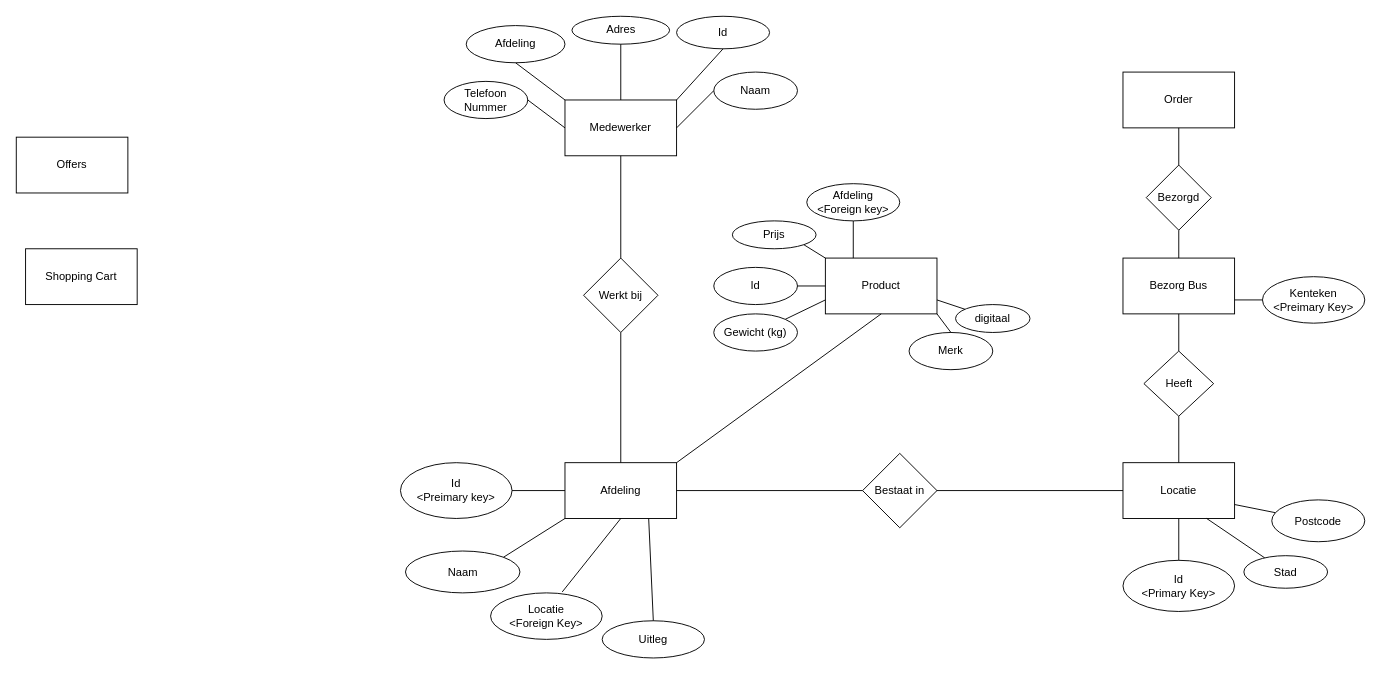
wardalbam/Iprwc-webshop-frontend keeps this draw.io diagram as src/Iprodamo_werkstuk.drawio. Above is the earlier version. Source tidied: cells renumbered, new cells numbered last; positions are measured from the earlier drawing's top-left corner, leaving out a move shared by most shapes. Both pictures are drawn from the tidied source at 93%, with x=0, y=0 at pixel (16, 16).
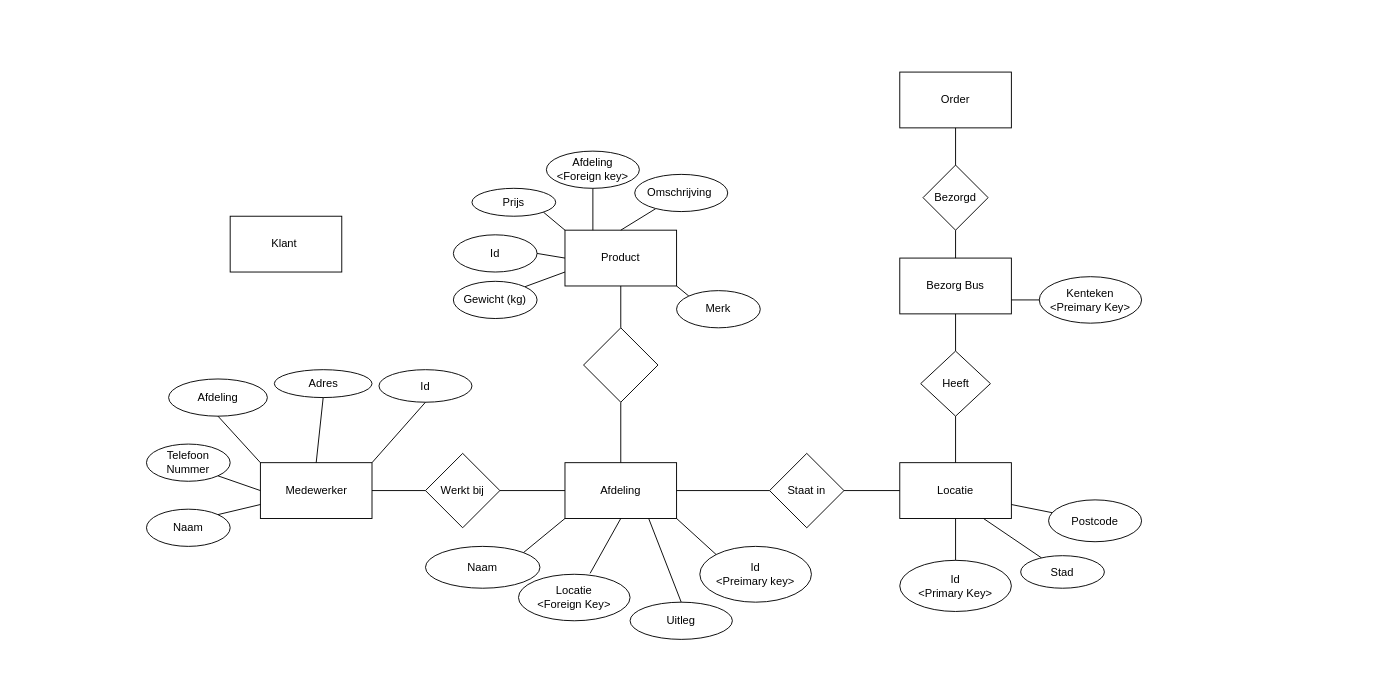
The same diagram, later.

The change refers to these unchanged cells:
```xml
<mxCell id="8" value="Afdeling" style="rounded=0;whiteSpace=wrap;html=1;" parent="1" vertex="1">
  <mxGeometry x="590" y="480" width="120" height="60" as="geometry" />
</mxCell>
```

The edit, as a diff of the source:
```diff
@@
     <mxCell id="2" value="Product" style="rounded=0;whiteSpace=wrap;html=1;" parent="1" vertex="1">
-      <mxGeometry x="870" y="260" width="120" height="60" as="geometry" />
+      <mxGeometry x="590" y="230" width="120" height="60" as="geometry" />
     </mxCell>
     <mxCell id="3" value="Bezorg Bus" style="rounded=0;whiteSpace=wrap;html=1;" parent="1" vertex="1">
-      <mxGeometry x="1190" y="260" width="120" height="60" as="geometry" />
+      <mxGeometry x="950" y="260" width="120" height="60" as="geometry" />
     </mxCell>
-    <mxCell id="4" value="Offers" style="rounded=0;whiteSpace=wrap;html=1;" parent="1" vertex="1">
-      <mxGeometry y="130" width="120" height="60" as="geometry" />
+    <mxCell id="4" value="Klant&amp;nbsp;" style="rounded=0;whiteSpace=wrap;html=1;" parent="1" vertex="1">
+      <mxGeometry x="230" y="215" width="120" height="60" as="geometry" />
     </mxCell>
     <mxCell id="5" value="Order" style="rounded=0;whiteSpace=wrap;html=1;" parent="1" vertex="1">
-      <mxGeometry x="1190" y="60" width="120" height="60" as="geometry" />
+      <mxGeometry x="950" y="60" width="120" height="60" as="geometry" />
     </mxCell>
     <mxCell id="6" value="Medewerker" style="rounded=0;whiteSpace=wrap;html=1;" parent="1" vertex="1">
-      <mxGeometry x="590" y="90" width="120" height="60" as="geometry" />
+      <mxGeometry x="262.5" y="480" width="120" height="60" as="geometry" />
     </mxCell>
     <mxCell id="7" value="Locatie" style="rounded=0;whiteSpace=wrap;html=1;" parent="1" vertex="1">
-      <mxGeometry x="1190" y="480" width="120" height="60" as="geometry" />
+      <mxGeometry x="950" y="480" width="120" height="60" as="geometry" />
     </mxCell>
@@
-    <mxCell id="9" value="Shopping Cart" style="rounded=0;whiteSpace=wrap;html=1;" parent="1" vertex="1">
-      <mxGeometry x="10" y="250" width="120" height="60" as="geometry" />
-    </mxCell>
     <mxCell id="10" value="Naam" style="ellipse;whiteSpace=wrap;html=1;rounded=0;" parent="1" vertex="1">
-      <mxGeometry x="750" y="60" width="90" height="40" as="geometry" />
+      <mxGeometry x="140" y="530" width="90" height="40" as="geometry" />
     </mxCell>
     <mxCell id="11" value="Adres" style="ellipse;whiteSpace=wrap;html=1;rounded=0;" parent="1" vertex="1">
-      <mxGeometry x="597.5" width="105" height="30" as="geometry" />
+      <mxGeometry x="277.5" y="380" width="105" height="30" as="geometry" />
     </mxCell>
     <mxCell id="12" value="Telefoon Nummer" style="ellipse;whiteSpace=wrap;html=1;rounded=0;" parent="1" vertex="1">
-      <mxGeometry x="460" y="70" width="90" height="40" as="geometry" />
+      <mxGeometry x="140" y="460" width="90" height="40" as="geometry" />
     </mxCell>
     <mxCell id="13" value="Werkt bij" style="rhombus;whiteSpace=wrap;html=1;rounded=0;" parent="1" vertex="1">
-      <mxGeometry x="610" y="260" width="80" height="80" as="geometry" />
+      <mxGeometry x="440" y="470" width="80" height="80" as="geometry" />
     </mxCell>
     <mxCell id="14" value="Id" style="ellipse;whiteSpace=wrap;html=1;" parent="1" vertex="1">
-      <mxGeometry x="710" width="100" height="35" as="geometry" />
+      <mxGeometry x="390" y="380" width="100" height="35" as="geometry" />
     </mxCell>
     <mxCell id="15" value="Uitleg" style="ellipse;whiteSpace=wrap;html=1;rounded=0;" parent="1" vertex="1">
-      <mxGeometry x="630" y="650" width="110" height="40" as="geometry" />
+      <mxGeometry x="660" y="630" width="110" height="40" as="geometry" />
     </mxCell>
     <mxCell id="16" value="Naam" style="ellipse;whiteSpace=wrap;html=1;rounded=0;" parent="1" vertex="1">
-      <mxGeometry x="418.5" y="575" width="123.1" height="45" as="geometry" />
+      <mxGeometry x="440" y="570" width="123.1" height="45" as="geometry" />
     </mxCell>
     <mxCell id="17" value="Id&lt;br&gt;&amp;lt;Preimary key&amp;gt;" style="ellipse;whiteSpace=wrap;html=1;rounded=0;" parent="1" vertex="1">
-      <mxGeometry x="413.1" y="480" width="120" height="60" as="geometry" />
+      <mxGeometry x="735" y="570" width="120" height="60" as="geometry" />
     </mxCell>
     <mxCell id="18" value="Locatie&lt;br&gt;&amp;lt;Foreign Key&amp;gt;" style="ellipse;whiteSpace=wrap;html=1;" parent="1" vertex="1">
-      <mxGeometry x="510" y="620" width="120" height="50" as="geometry" />
+      <mxGeometry x="540" y="600" width="120" height="50" as="geometry" />
     </mxCell>
-    <mxCell id="19" style="endArrow=none;html=1;rounded=0;entryX=0.5;entryY=1;entryDx=0;entryDy=0;exitX=0.5;exitY=0;exitDx=0;exitDy=0;" parent="1" edge="1" source="13" target="6">
+    <mxCell id="19" style="endArrow=none;html=1;rounded=0;entryX=1;entryY=0.5;entryDx=0;entryDy=0;exitX=0;exitY=0.5;exitDx=0;exitDy=0;" parent="1" edge="1" source="13" target="6">
       <mxGeometry relative="1" as="geometry" />
     </mxCell>
     <mxCell id="20" value="Afdeling" style="ellipse;whiteSpace=wrap;html=1;" parent="1" vertex="1">
-      <mxGeometry x="483.8" y="10" width="106.2" height="40" as="geometry" />
+      <mxGeometry x="163.8" y="390" width="106.2" height="40" as="geometry" />
     </mxCell>
@@
-    <mxCell id="22" style="endArrow=none;html=1;rounded=0;entryX=1;entryY=0.5;entryDx=0;entryDy=0;exitX=0;exitY=0.5;exitDx=0;exitDy=0;" parent="1" edge="1" source="6" target="12">
+    <mxCell id="22" style="endArrow=none;html=1;rounded=0;entryX=1;entryY=1;entryDx=0;entryDy=0;exitX=0;exitY=0.5;exitDx=0;exitDy=0;" parent="1" edge="1" source="6" target="12">
       <mxGeometry relative="1" as="geometry" />
     </mxCell>
-    <mxCell id="23" style="endArrow=none;html=1;rounded=0;entryX=1;entryY=0.5;entryDx=0;entryDy=0;exitX=0;exitY=0.5;exitDx=0;exitDy=0;" parent="1" edge="1" source="10" target="6">
+    <mxCell id="23" style="endArrow=none;html=1;rounded=0;entryX=0;entryY=0.75;entryDx=0;entryDy=0;exitX=1;exitY=0;exitDx=0;exitDy=0;" parent="1" edge="1" source="10" target="6">
       <mxGeometry relative="1" as="geometry" />
     </mxCell>
@@
-    <mxCell id="26" style="endArrow=none;html=1;rounded=0;entryX=0.5;entryY=1;entryDx=0;entryDy=0;exitX=0.5;exitY=0;exitDx=0;exitDy=0;" parent="1" edge="1" source="8" target="13">
+    <mxCell id="26" style="endArrow=none;html=1;rounded=0;entryX=1;entryY=0.5;entryDx=0;entryDy=0;exitX=0;exitY=0.5;exitDx=0;exitDy=0;" parent="1" edge="1" source="8" target="13">
       <mxGeometry relative="1" as="geometry" />
     </mxCell>
@@
-    <mxCell id="30" style="endArrow=none;html=1;rounded=0;entryX=1;entryY=0.5;entryDx=0;entryDy=0;exitX=0;exitY=0.5;exitDx=0;exitDy=0;" parent="1" edge="1" source="8" target="17">
+    <mxCell id="30" style="endArrow=none;html=1;rounded=0;entryX=0;entryY=0;entryDx=0;entryDy=0;exitX=1;exitY=1;exitDx=0;exitDy=0;" parent="1" edge="1" source="8" target="17">
       <mxGeometry relative="1" as="geometry" />
     </mxCell>
     <mxCell id="31" value="Id&lt;br&gt;&amp;lt;Primary Key&amp;gt;" style="ellipse;whiteSpace=wrap;html=1;rounded=0;" parent="1" vertex="1">
-      <mxGeometry x="1190" y="585" width="120" height="55" as="geometry" />
+      <mxGeometry x="950" y="585" width="120" height="55" as="geometry" />
     </mxCell>
-    <mxCell id="32" style="endArrow=none;html=1;rounded=0;exitX=1;exitY=0.5;exitDx=0;exitDy=0;startArrow=none;" parent="1" edge="1" source="34">
-      <mxGeometry relative="1" as="geometry">
-        <mxPoint x="970" y="510" as="targetPoint" />
-      </mxGeometry>
-    </mxCell>
-    <mxCell id="33" style="endArrow=none;html=1;rounded=0;entryX=0;entryY=0.5;entryDx=0;entryDy=0;exitX=1;exitY=0.5;exitDx=0;exitDy=0;" parent="1" edge="1" source="34" target="7">
+    <mxCell id="33" style="endArrow=none;html=1;rounded=0;exitX=1;exitY=0.5;exitDx=0;exitDy=0;entryX=0;entryY=0.5;entryDx=0;entryDy=0;" parent="1" edge="1" source="34" target="7">
       <mxGeometry relative="1" as="geometry" />
     </mxCell>
-    <mxCell id="34" value="Bestaat in" style="rhombus;whiteSpace=wrap;html=1;" parent="1" vertex="1">
-      <mxGeometry x="910" y="470" width="80" height="80" as="geometry" />
+    <mxCell id="34" value="Staat in" style="rhombus;whiteSpace=wrap;html=1;" parent="1" vertex="1">
+      <mxGeometry x="810" y="470" width="80" height="80" as="geometry" />
     </mxCell>
@@
     <mxCell id="38" value="Heeft" style="rhombus;whiteSpace=wrap;html=1;" parent="1" vertex="1">
-      <mxGeometry x="1212.5" y="360" width="75" height="70" as="geometry" />
+      <mxGeometry x="972.5" y="360" width="75" height="70" as="geometry" />
     </mxCell>
@@
     <mxCell id="42" value="Stad" style="ellipse;whiteSpace=wrap;html=1;" parent="1" vertex="1">
-      <mxGeometry x="1320" y="580" width="90" height="35" as="geometry" />
+      <mxGeometry x="1080" y="580" width="90" height="35" as="geometry" />
     </mxCell>
@@
     <mxCell id="44" value="Postcode" style="ellipse;whiteSpace=wrap;html=1;" parent="1" vertex="1">
-      <mxGeometry x="1350" y="520" width="100" height="45" as="geometry" />
+      <mxGeometry x="1110" y="520" width="100" height="45" as="geometry" />
     </mxCell>
     <mxCell id="45" value="Id" style="ellipse;whiteSpace=wrap;html=1;rounded=0;" parent="1" vertex="1">
-      <mxGeometry x="750" y="270" width="90" height="40" as="geometry" />
+      <mxGeometry x="470" y="235" width="90" height="40" as="geometry" />
     </mxCell>
@@
     <mxCell id="47" value="Prijs" style="ellipse;whiteSpace=wrap;html=1;rounded=0;" parent="1" vertex="1">
-      <mxGeometry x="770" y="220" width="90" height="30" as="geometry" />
+      <mxGeometry x="490" y="185" width="90" height="30" as="geometry" />
     </mxCell>
@@
     <mxCell id="50" value="Afdeling&lt;br&gt;&amp;lt;Foreign key&amp;gt;" style="ellipse;whiteSpace=wrap;html=1;" parent="1" vertex="1">
-      <mxGeometry x="850" y="180" width="100" height="40" as="geometry" />
+      <mxGeometry x="570" y="145" width="100" height="40" as="geometry" />
     </mxCell>
@@
     <mxCell id="52" value="Gewicht (kg)" style="ellipse;whiteSpace=wrap;html=1;" parent="1" vertex="1">
-      <mxGeometry x="750" y="320" width="90" height="40" as="geometry" />
+      <mxGeometry x="470" y="285" width="90" height="40" as="geometry" />
     </mxCell>
-    <mxCell id="53" style="endArrow=none;html=1;rounded=0;exitX=1;exitY=0;exitDx=0;exitDy=0;entryX=0.5;entryY=1;entryDx=0;entryDy=0;" parent="1" edge="1" source="8" target="2">
+    <mxCell id="53" style="endArrow=none;html=1;rounded=0;exitX=0.5;exitY=0;exitDx=0;exitDy=0;entryX=0.5;entryY=1;entryDx=0;entryDy=0;" parent="1" edge="1" source="8" target="63">
       <mxGeometry relative="1" as="geometry" />
     </mxCell>
-    <mxCell id="54" style="endArrow=none;html=1;rounded=0;entryX=1;entryY=1;entryDx=0;entryDy=0;exitX=0.5;exitY=0;exitDx=0;exitDy=0;" parent="1" edge="1" source="55" target="2">
+    <mxCell id="54" style="endArrow=none;html=1;rounded=0;entryX=1;entryY=1;entryDx=0;entryDy=0;exitX=0;exitY=0;exitDx=0;exitDy=0;" parent="1" edge="1" source="55" target="2">
       <mxGeometry relative="1" as="geometry" />
     </mxCell>
     <mxCell id="55" value="Merk" style="ellipse;whiteSpace=wrap;html=1;" parent="1" vertex="1">
-      <mxGeometry x="960" y="340" width="90" height="40" as="geometry" />
+      <mxGeometry x="710" y="295" width="90" height="40" as="geometry" />
     </mxCell>
-    <mxCell id="56" style="endArrow=none;html=1;rounded=0;exitX=1;exitY=0.75;exitDx=0;exitDy=0;" parent="1" edge="1" source="2" target="57">
-      <mxGeometry relative="1" as="geometry" />
-    </mxCell>
-    <mxCell id="57" value="digitaal" style="ellipse;whiteSpace=wrap;html=1;" parent="1" vertex="1">
-      <mxGeometry x="1010" y="310" width="80" height="30" as="geometry" />
-    </mxCell>
@@
     <mxCell id="59" value="Kenteken&lt;br&gt;&amp;lt;Preimary Key&amp;gt;" style="ellipse;whiteSpace=wrap;html=1;" parent="1" vertex="1">
-      <mxGeometry x="1340" y="280" width="110" height="50" as="geometry" />
+      <mxGeometry x="1100" y="280" width="110" height="50" as="geometry" />
     </mxCell>
@@
     <mxCell id="61" value="Bezorgd" style="rhombus;whiteSpace=wrap;html=1;" parent="1" vertex="1">
-      <mxGeometry x="1215" y="160" width="70" height="70" as="geometry" />
+      <mxGeometry x="975" y="160" width="70" height="70" as="geometry" />
     </mxCell>
@@
+    <mxCell id="63" style="rhombus;whiteSpace=wrap;html=1;rotation=0;" parent="1" vertex="1">
+      <mxGeometry x="610" y="335" width="80" height="80" as="geometry" />
+    </mxCell>
+    <mxCell id="64" style="endArrow=none;html=1;rounded=0;exitX=0.5;exitY=0;exitDx=0;exitDy=0;entryX=0.5;entryY=1;entryDx=0;entryDy=0;" parent="1" edge="1" source="63" target="2">
+      <mxGeometry relative="1" as="geometry" />
+    </mxCell>
+    <mxCell id="65" style="endArrow=none;html=1;rounded=0;exitX=0.5;exitY=0;exitDx=0;exitDy=0;" parent="1" edge="1" source="2" target="66">
+      <mxGeometry relative="1" as="geometry" />
+    </mxCell>
+    <mxCell id="66" value="Omschrijving&amp;nbsp;" style="ellipse;whiteSpace=wrap;html=1;" parent="1" vertex="1">
+      <mxGeometry x="665" y="170" width="100" height="40" as="geometry" />
+    </mxCell>
```
